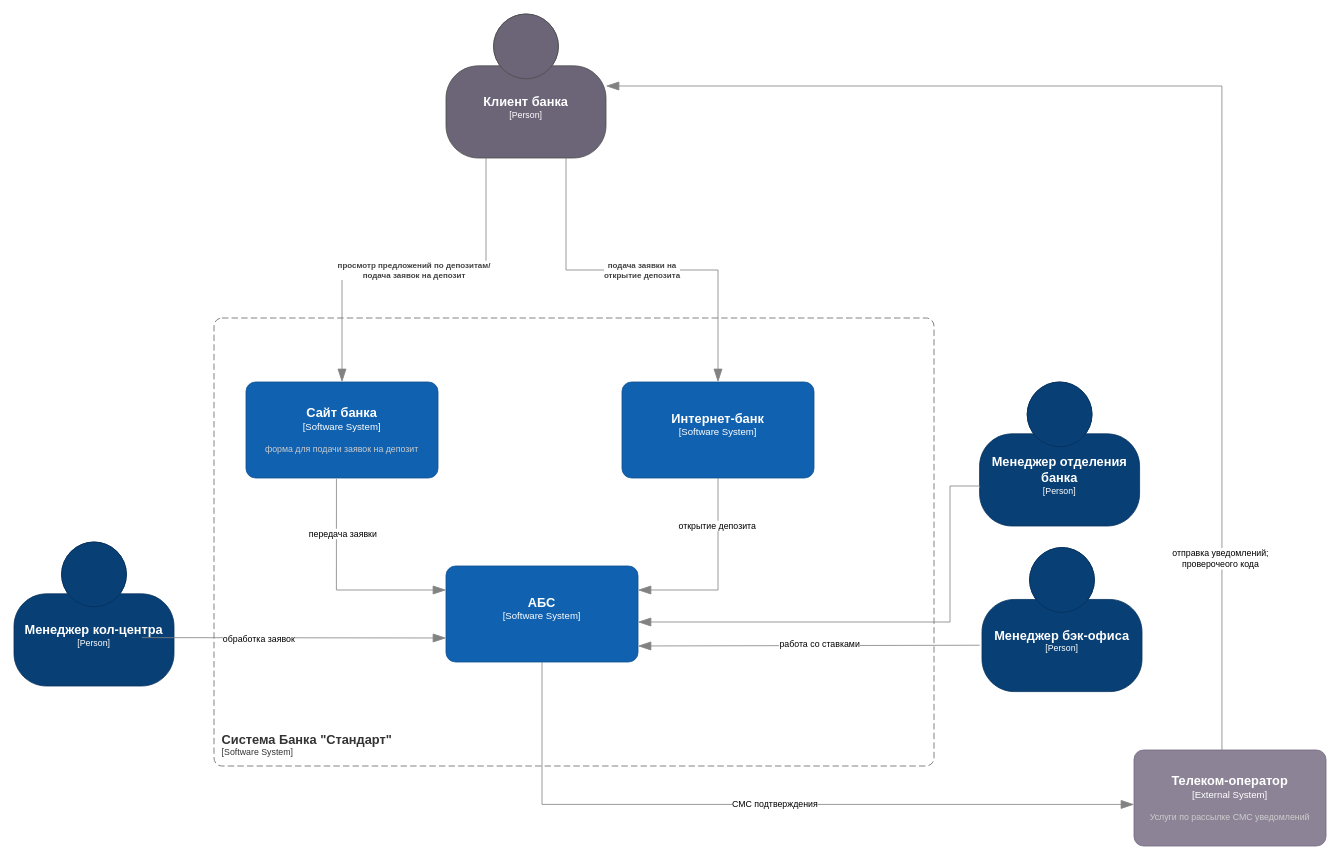
Earlier version of the draw.io diagram Task3/context_diagram.drawio (drivenfw/architecture-standart). Source tidied: cells renumbered, new cells numbered last; positions are measured from the earlier drawing's top-left corner, leaving out a move shared by most shapes. Both pictures are drawn from the tidied source at 80%, with x=0, y=0 at pixel (14, 14).
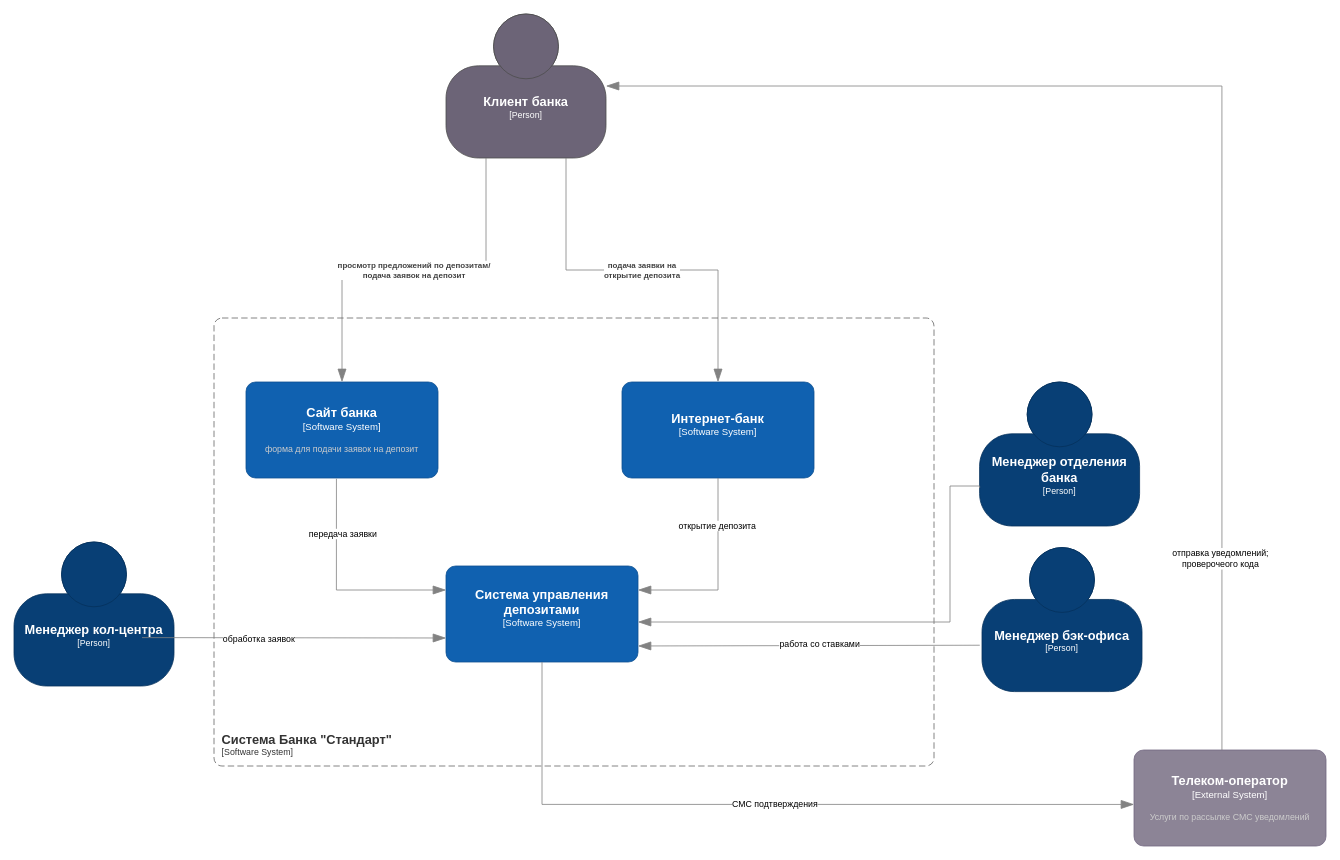
The same page after the edit.

Diff of the diagram source:
```diff
@@
-    <object id="19" label="&lt;font style=&quot;font-size: 16px&quot;&gt;&lt;b&gt;%c4Name%&lt;/b&gt;&lt;/font&gt;&lt;div&gt;[%c4Type%]&lt;/div&gt;&lt;br&gt;&lt;div&gt;&lt;font style=&quot;font-size: 11px&quot;&gt;&lt;font color=&quot;#cccccc&quot;&gt;%c4Description%&lt;/font&gt;&lt;/div&gt;" c4Description="" c4Name="АБС" c4Type="Software System" placeholders="1">
+    <object id="19" label="&lt;font style=&quot;font-size: 16px&quot;&gt;&lt;b&gt;%c4Name%&lt;/b&gt;&lt;/font&gt;&lt;div&gt;[%c4Type%]&lt;/div&gt;&lt;br&gt;&lt;div&gt;&lt;font style=&quot;font-size: 11px&quot;&gt;&lt;font color=&quot;#cccccc&quot;&gt;%c4Description%&lt;/font&gt;&lt;/div&gt;" c4Description="" c4Name="Система управления депозитами" c4Type="Software System" placeholders="1">
       <mxCell style="rounded=1;whiteSpace=wrap;html=1;labelBackgroundColor=none;fillColor=#1061B0;fontColor=#ffffff;align=center;arcSize=10;strokeColor=#0D5091;points=[[0.25,0,0],[0.5,0,0],[0.75,0,0],[1,0.25,0],[1,0.5,0],[1,0.75,0],[0.75,1,0],[0.5,1,0],[0.25,1,0],[0,0.75,0],[0,0.5,0],[0,0.25,0]];" parent="1" vertex="1">
         <mxGeometry x="540" y="690" width="240" height="120" as="geometry" />
       </mxCell>
     </object>
```
